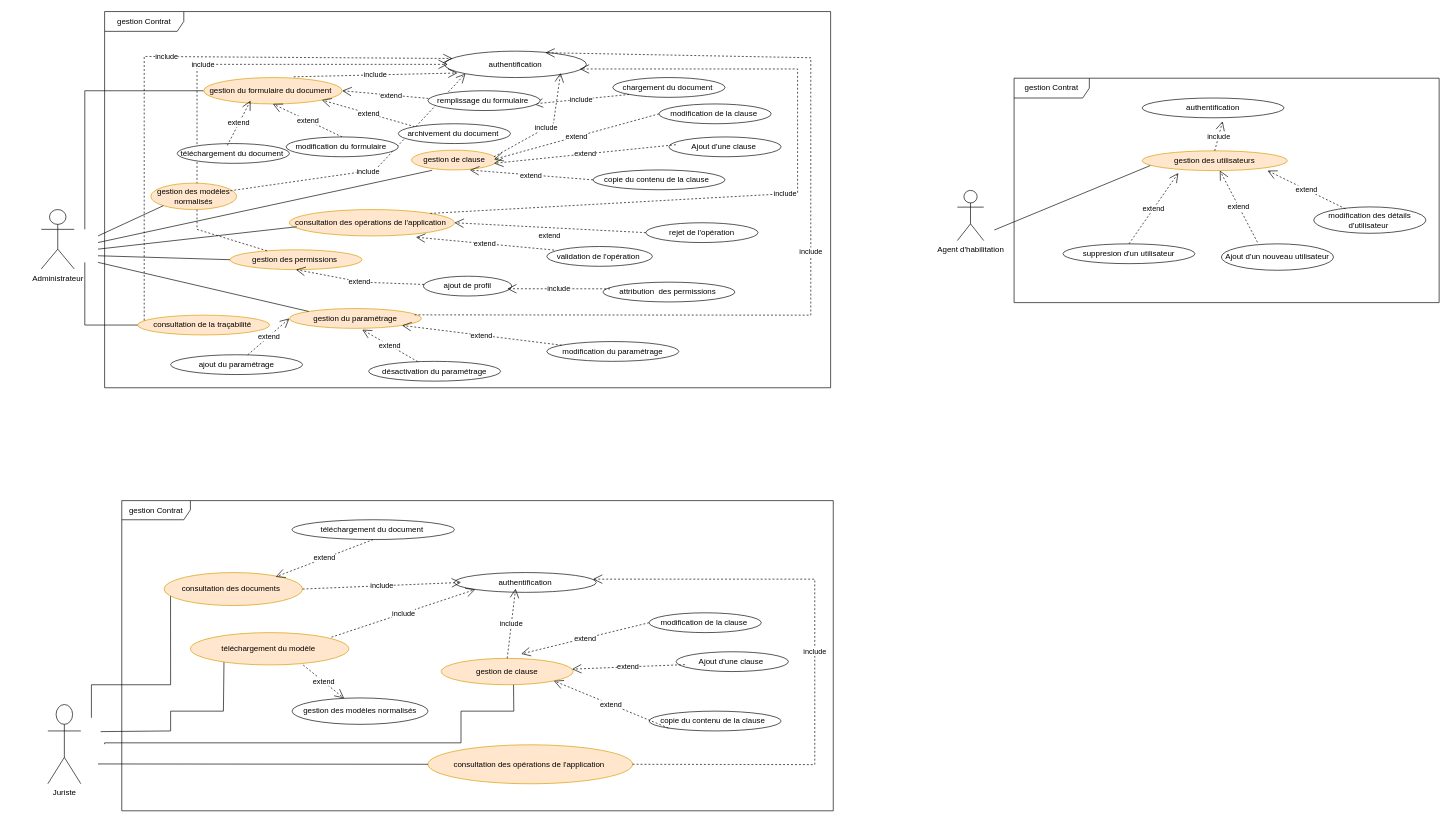
Above: Diagramme_use_caseContrat.drawio in assala20/gestionContrat (draw.io), before the change. Source tidied: cells renumbered, new cells numbered last; positions are measured from the earlier drawing's top-left corner, leaving out a move shared by most shapes. Both pictures are drawn from the tidied source at 66%, with x=0, y=0 at pixel (41, 11).
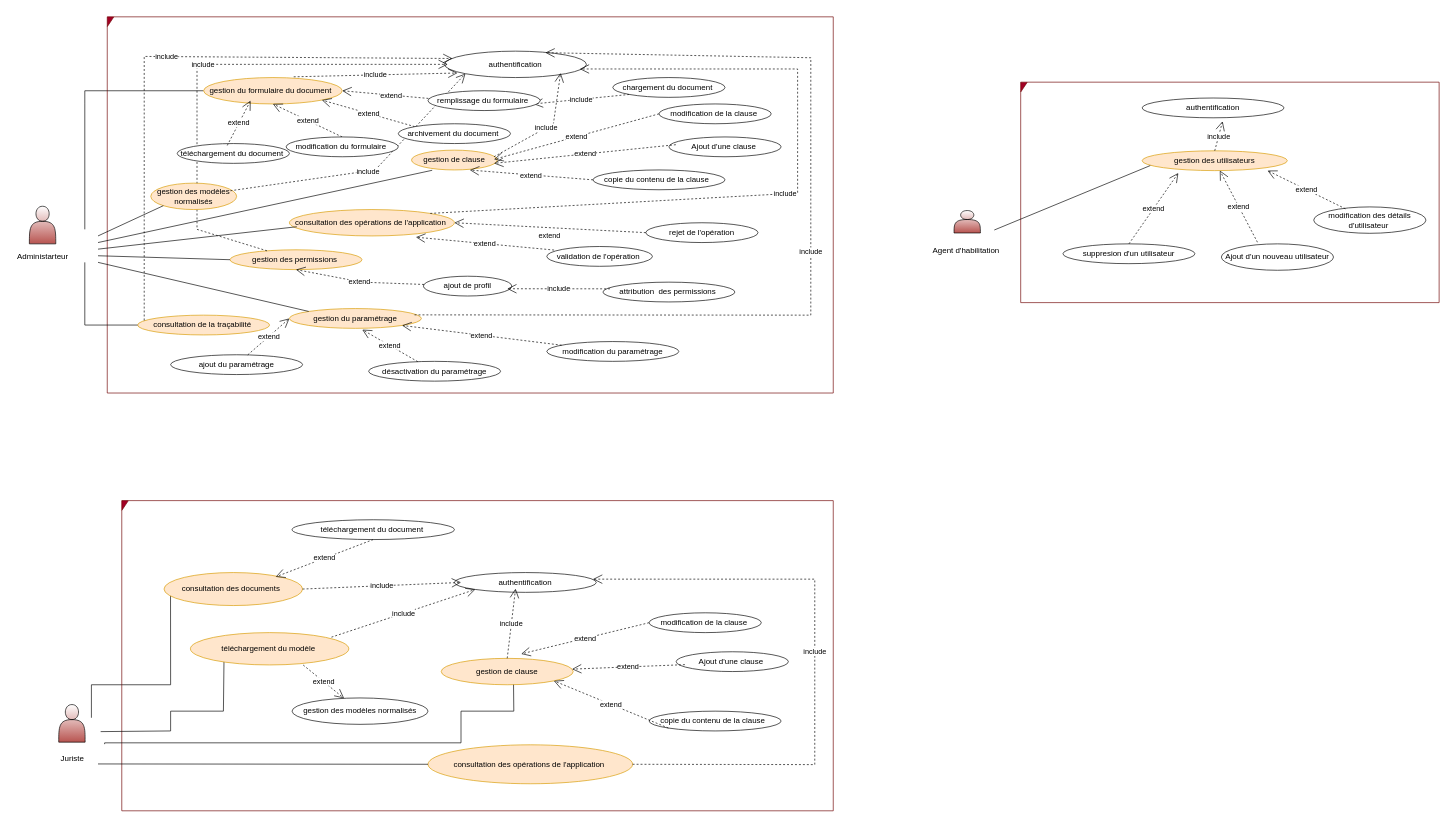
Above is the later version.

Commit message:
Mettre à jour Diagramme_use_caseContrat.drawio

Diff of the diagram source:
```diff
@@
-    <mxCell id="3" value="gestion Contrat" style="shape=umlFrame;whiteSpace=wrap;html=1;width=120;height=30;" parent="1" vertex="1">
-      <mxGeometry x="96" width="1100" height="570" as="geometry" />
+    <mxCell id="3" style="shape=umlFrame;whiteSpace=wrap;html=1;width=10;height=15;fillColor=#a20025;strokeColor=#6F0000;fontColor=#ffffff;" parent="1" vertex="1">
+      <mxGeometry x="100" y="8" width="1100" height="570" as="geometry" />
     </mxCell>
-    <mxCell id="4" value="Administrateur" style="shape=umlActor;verticalLabelPosition=bottom;verticalAlign=top;html=1;" parent="1" vertex="1">
-      <mxGeometry y="300" width="50" height="90" as="geometry" />
-    </mxCell>
@@
-    <mxCell id="57" value="gestion Contrat" style="shape=umlFrame;whiteSpace=wrap;html=1;width=104;height=29;" parent="1" vertex="1">
+    <mxCell id="57" style="shape=umlFrame;whiteSpace=wrap;html=1;width=10;height=15;fillColor=#a20025;fontColor=#ffffff;strokeColor=#6F0000;" parent="1" vertex="1">
       <mxGeometry x="122" y="741" width="1078" height="470" as="geometry" />
     </mxCell>
-    <mxCell id="58" value="Juriste" style="shape=umlActor;verticalLabelPosition=bottom;verticalAlign=top;html=1;" parent="1" vertex="1">
-      <mxGeometry x="10" y="1050" width="50" height="120" as="geometry" />
-    </mxCell>
@@
-    <mxCell id="81" value="gestion Contrat" style="shape=umlFrame;whiteSpace=wrap;html=1;width=114;height=30;" parent="1" vertex="1">
-      <mxGeometry x="1474" y="101" width="644" height="340" as="geometry" />
+    <mxCell id="81" style="shape=umlFrame;whiteSpace=wrap;html=1;width=10;height=15;fillColor=#a20025;fontColor=#ffffff;strokeColor=#6F0000;" parent="1" vertex="1">
+      <mxGeometry x="1484" y="107" width="634" height="334" as="geometry" />
     </mxCell>
-    <mxCell id="82" value="Agent d'habilitation" style="shape=umlActor;verticalLabelPosition=bottom;verticalAlign=top;html=1;" parent="1" vertex="1">
-      <mxGeometry x="1388" y="271" width="40" height="76" as="geometry" />
-    </mxCell>
@@
+    <mxCell id="93" value="Administarteur" style="text;html=1;align=center;verticalAlign=middle;strokeColor=none;fillColor=none;" parent="1" vertex="1">
+      <mxGeometry x="-45.5" y="359" width="95" height="26" as="geometry" />
+    </mxCell>
+    <mxCell id="94" style="shape=actor;whiteSpace=wrap;html=1;gradientColor=#B85450;" parent="1" vertex="1">
+      <mxGeometry x="26.5" y="1050" width="40" height="57" as="geometry" />
+    </mxCell>
+    <mxCell id="58" value="Juriste" style="text;html=1;align=center;verticalAlign=middle;strokeColor=none;fillColor=none;" parent="1" vertex="1">
+      <mxGeometry x="20" y="1119" width="53" height="26" as="geometry" />
+    </mxCell>
+    <mxCell id="95" style="shape=actor;whiteSpace=wrap;html=1;gradientColor=#B85450;" parent="1" vertex="1">
+      <mxGeometry x="1383" y="301.5" width="40" height="34" as="geometry" />
+    </mxCell>
+    <mxCell id="82" value="Agent d'habilitation" style="text;html=1;align=center;verticalAlign=middle;strokeColor=none;fillColor=none;" parent="1" vertex="1">
+      <mxGeometry x="1341" y="350" width="119" height="26" as="geometry" />
+    </mxCell>
+    <mxCell id="96" style="shape=actor;whiteSpace=wrap;html=1;gradientColor=#B85450;" parent="1" vertex="1">
+      <mxGeometry x="-18" y="295" width="40" height="57" as="geometry" />
+    </mxCell>
```
